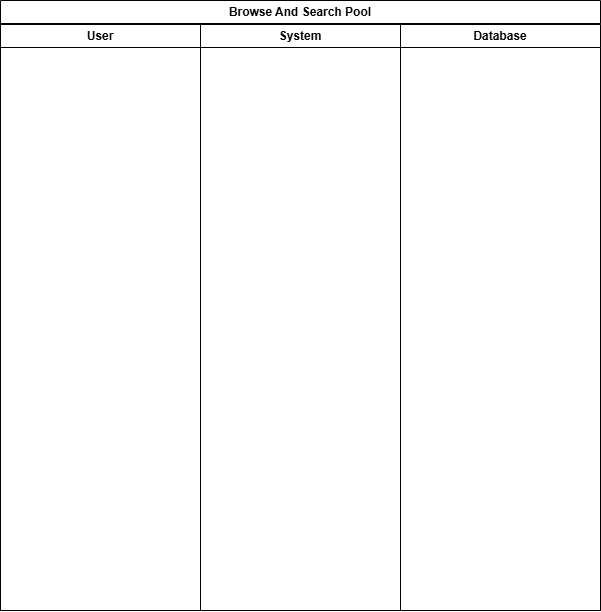
This is Use Case Diagrams/browse_and_search_through_current_listings/browse_and_search_current_listings_SWIMLANE_DIAGRAM.drawio.png from gavinbarry60/group8, a draw.io export, as it was before one commit. Source tidied: cells renumbered, new cells last; positions are measured from the earlier drawing's top-left corner, leaving out a move shared by most shapes.
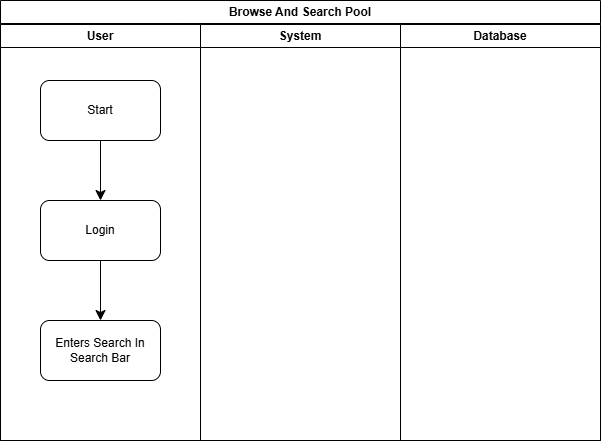
After the commit.

The edit, as a diff of the source:
```diff
@@ -3,16 +3,31 @@
     <mxCell id="0" />
     <mxCell id="1" parent="0" />
     <mxCell id="2" value="Browse And Search Pool" style="swimlane;whiteSpace=wrap;html=1;startSize=23;" parent="1" vertex="1">
-      <mxGeometry width="600" height="610" as="geometry" />
+      <mxGeometry width="600" height="440" as="geometry" />
     </mxCell>
     <mxCell id="3" value="User" style="swimlane;whiteSpace=wrap;html=1;startSize=23;" parent="2" vertex="1">
-      <mxGeometry y="24" width="200" height="586" as="geometry" />
+      <mxGeometry y="24" width="200" height="416" as="geometry" />
     </mxCell>
+    <mxCell id="6" value="Start" style="rounded=1;whiteSpace=wrap;html=1;" parent="3" vertex="1">
+      <mxGeometry x="40" y="56" width="120" height="60" as="geometry" />
+    </mxCell>
+    <mxCell id="7" value="Login" style="rounded=1;whiteSpace=wrap;html=1;" parent="3" vertex="1">
+      <mxGeometry x="40" y="176" width="120" height="60" as="geometry" />
+    </mxCell>
+    <mxCell id="8" value="Enters Search In Search Bar" style="rounded=1;whiteSpace=wrap;html=1;" parent="3" vertex="1">
+      <mxGeometry x="40" y="296" width="120" height="60" as="geometry" />
+    </mxCell>
+    <mxCell id="9" style="endArrow=classic;html=1;rounded=0;fontSize=12;startSize=8;endSize=8;curved=1;exitX=0.5;exitY=1;exitDx=0;exitDy=0;entryX=0.5;entryY=0;entryDx=0;entryDy=0;" parent="3" edge="1" source="6" target="7">
+      <mxGeometry relative="1" as="geometry" />
+    </mxCell>
+    <mxCell id="10" style="endArrow=classic;html=1;rounded=0;fontSize=12;startSize=8;endSize=8;curved=1;exitX=0.5;exitY=1;exitDx=0;exitDy=0;entryX=0.5;entryY=0;entryDx=0;entryDy=0;" parent="3" edge="1" source="7" target="8">
+      <mxGeometry relative="1" as="geometry" />
+    </mxCell>
     <mxCell id="4" value="System" style="swimlane;whiteSpace=wrap;html=1;" parent="2" vertex="1">
-      <mxGeometry x="200" y="24" width="200" height="586" as="geometry" />
+      <mxGeometry x="200" y="24" width="200" height="416" as="geometry" />
     </mxCell>
     <mxCell id="5" value="Database" style="swimlane;whiteSpace=wrap;html=1;" parent="2" vertex="1">
-      <mxGeometry x="400" y="24" width="200" height="586" as="geometry" />
+      <mxGeometry x="400" y="24" width="200" height="416" as="geometry" />
     </mxCell>
   </root>
 </mxGraphModel>
```
